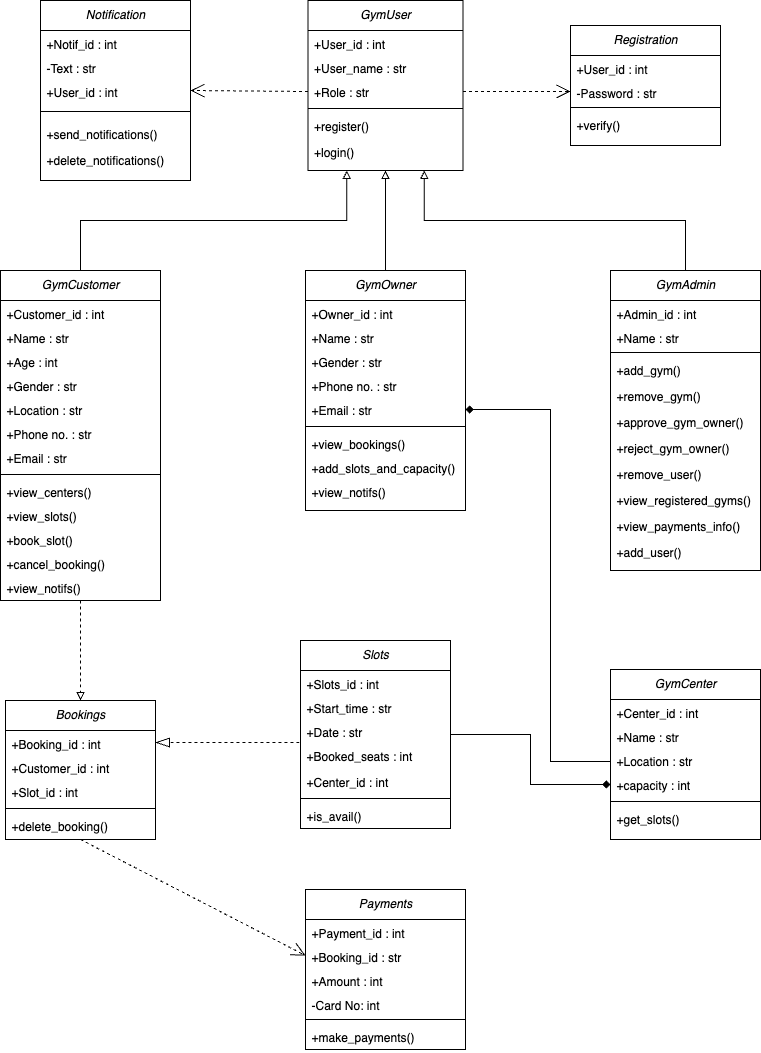
ihita2812/JEDI-Flipkart-Development-Group-B keeps this draw.io diagram as UML-Artifacts/Flipfit-Class-Diagrams/class-diagram.drawio.png. Above is the earlier version. Source tidied: cells renumbered, new cells last; positions are measured from the earlier drawing's top-left corner, leaving out a move shared by most shapes.
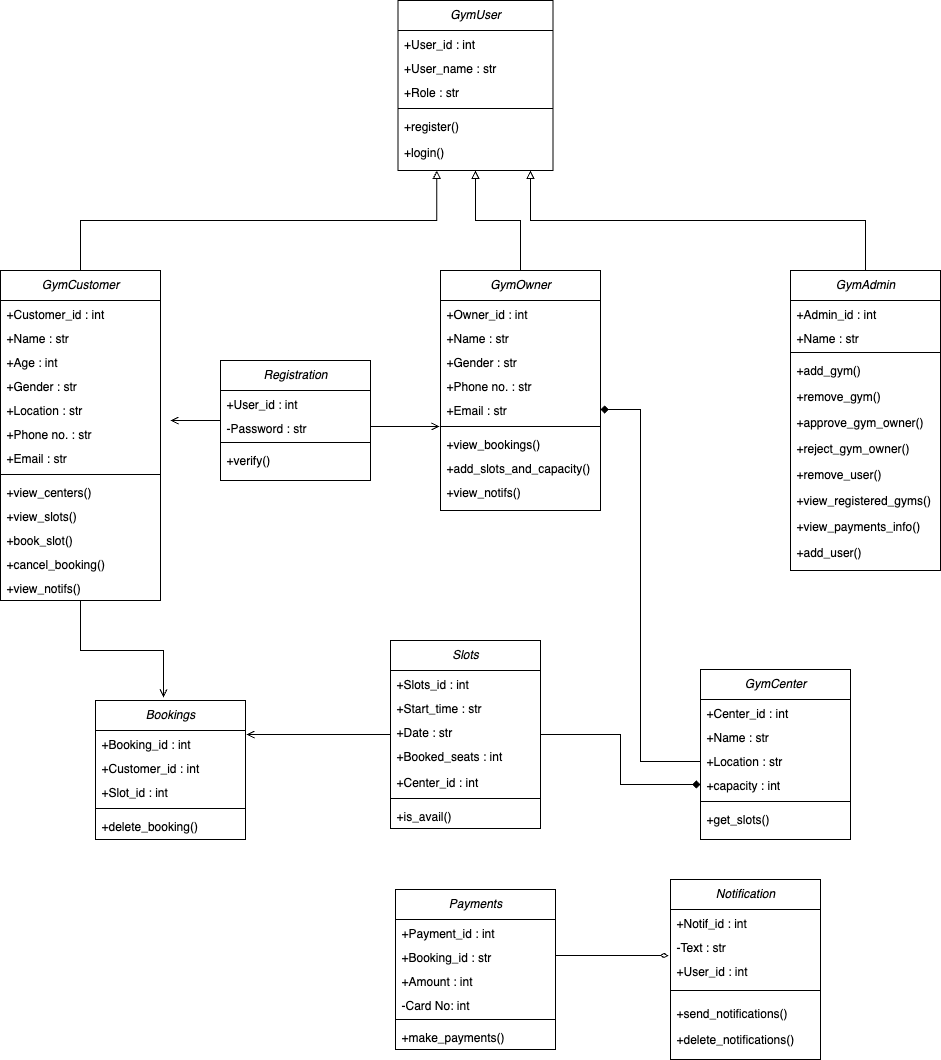
Above is the later version.

The edit, as a diff of the source:
```diff
@@ -5,11 +5,8 @@
     <mxCell id="2" style="edgeStyle=orthogonalEdgeStyle;rounded=0;jettySize=auto;html=1;exitX=0.5;exitY=0;exitDx=0;exitDy=0;entryX=0.25;entryY=1;entryDx=0;entryDy=0;endArrow=block;endFill=0;" parent="1" edge="1" source="4" target="72">
       <mxGeometry relative="1" as="geometry" />
     </mxCell>
-    <mxCell id="3" style="edgeStyle=orthogonalEdgeStyle;rounded=0;jettySize=auto;html=1;entryX=0.5;entryY=0;entryDx=0;entryDy=0;dashed=1;endArrow=block;endFill=0;" parent="1" edge="1" source="4" target="36">
-      <mxGeometry relative="1" as="geometry" />
-    </mxCell>
     <mxCell id="4" value="GymCustomer" style="swimlane;fontStyle=2;align=center;verticalAlign=top;horizontal=1;startSize=30;rounded=0;shadow=0;strokeWidth=1;" parent="1" vertex="1">
-      <mxGeometry y="270" width="160" height="330" as="geometry" />
+      <mxGeometry x="-90" y="270" width="160" height="330" as="geometry" />
     </mxCell>
     <mxCell id="5" value="+Customer_id : int" style="text;align=left;verticalAlign=top;spacingLeft=4;spacingRight=4;overflow=hidden;" parent="4" vertex="1">
       <mxGeometry y="30" width="160" height="24" as="geometry" />
@@ -54,7 +51,7 @@
       <mxGeometry relative="1" as="geometry" />
     </mxCell>
     <mxCell id="19" value="GymOwner" style="swimlane;fontStyle=2;align=center;verticalAlign=top;horizontal=1;startSize=30;rounded=0;shadow=0;strokeWidth=1;" parent="1" vertex="1">
-      <mxGeometry x="305" y="270" width="160" height="240" as="geometry" />
+      <mxGeometry x="350" y="270" width="160" height="240" as="geometry" />
     </mxCell>
     <mxCell id="20" value="+Owner_id : int" style="text;align=left;verticalAlign=top;spacingLeft=4;spacingRight=4;overflow=hidden;" parent="19" vertex="1">
       <mxGeometry y="30" width="160" height="24" as="geometry" />
@@ -149,11 +146,18 @@
     <mxCell id="50" value="+is_avail()" style="text;align=left;verticalAlign=top;spacingLeft=4;spacingRight=4;overflow=hidden;" parent="43" vertex="1">
       <mxGeometry y="162" width="150" height="26" as="geometry" />
     </mxCell>
-    <mxCell id="51" style="edgeStyle=orthogonalEdgeStyle;rounded=0;jettySize=auto;html=1;exitX=0.5;exitY=0;exitDx=0;exitDy=0;entryX=0.75;entryY=1;entryDx=0;entryDy=0;endArrow=block;endFill=0;" parent="1" edge="1" source="52" target="72">
-      <mxGeometry relative="1" as="geometry" />
+    <mxCell id="51" style="edgeStyle=orthogonalEdgeStyle;rounded=0;jettySize=auto;html=1;exitX=0.5;exitY=0;exitDx=0;exitDy=0;endArrow=block;endFill=0;" parent="1" edge="1" source="52">
+      <mxGeometry relative="1" as="geometry">
+        <mxPoint x="440" y="170" as="targetPoint" />
+        <Array as="points">
+          <mxPoint x="775" y="220" />
+          <mxPoint x="440" y="220" />
+          <mxPoint x="440" y="170" />
+        </Array>
+      </mxGeometry>
     </mxCell>
     <mxCell id="52" value="GymAdmin" style="swimlane;fontStyle=2;align=center;verticalAlign=top;horizontal=1;startSize=30;rounded=0;shadow=0;strokeWidth=1;" parent="1" vertex="1">
-      <mxGeometry x="610" y="270" width="150" height="300" as="geometry" />
+      <mxGeometry x="700" y="270" width="150" height="300" as="geometry" />
     </mxCell>
     <mxCell id="53" value="+Admin_id : int" style="text;align=left;verticalAlign=top;spacingLeft=4;spacingRight=4;overflow=hidden;" parent="52" vertex="1">
       <mxGeometry y="30" width="150" height="24" as="geometry" />
@@ -209,9 +213,6 @@
     <mxCell id="70" value="+make_payments()" style="text;align=left;verticalAlign=top;spacingLeft=4;spacingRight=4;overflow=hidden;" parent="64" vertex="1">
       <mxGeometry y="134" width="160" height="26" as="geometry" />
     </mxCell>
-    <mxCell id="71" style="endArrow=open;endSize=12;dashed=1;html=1;rounded=0;entryX=0;entryY=0.5;entryDx=0;entryDy=0;exitX=0.5;exitY=1;exitDx=0;exitDy=0;" parent="1" edge="1" source="36" target="66">
-      <mxGeometry relative="1" as="geometry" />
-    </mxCell>
     <mxCell id="72" value="GymUser" style="swimlane;fontStyle=2;align=center;verticalAlign=top;horizontal=1;startSize=30;rounded=0;shadow=0;strokeWidth=1;" parent="1" vertex="1">
       <mxGeometry x="307.5" width="155" height="170" as="geometry" />
     </mxCell>
@@ -233,8 +234,13 @@
     <mxCell id="78" value="+login()" style="text;align=left;verticalAlign=top;spacingLeft=4;spacingRight=4;overflow=hidden;" parent="72" vertex="1">
       <mxGeometry y="138" width="155" height="24" as="geometry" />
     </mxCell>
+    <mxCell id="95" style="edgeStyle=orthogonalEdgeStyle;rounded=0;jettySize=auto;html=1;endArrow=open;endFill=0;" parent="1" edge="1" source="79">
+      <mxGeometry relative="1" as="geometry">
+        <mxPoint x="80" y="420" as="targetPoint" />
+      </mxGeometry>
+    </mxCell>
     <mxCell id="79" value="Registration" style="swimlane;fontStyle=2;align=center;verticalAlign=top;horizontal=1;startSize=30;rounded=0;shadow=0;strokeWidth=1;" parent="1" vertex="1">
-      <mxGeometry x="570" y="25" width="150" height="120" as="geometry" />
+      <mxGeometry x="130" y="360" width="150" height="120" as="geometry" />
     </mxCell>
     <mxCell id="80" value="+User_id : int" style="text;align=left;verticalAlign=top;spacingLeft=4;spacingRight=4;overflow=hidden;" parent="79" vertex="1">
       <mxGeometry y="30" width="150" height="24" as="geometry" />
@@ -257,7 +263,7 @@
       </mxGeometry>
     </mxCell>
     <mxCell id="85" value="Notification" style="swimlane;fontStyle=2;align=center;verticalAlign=top;horizontal=1;startSize=30;rounded=0;shadow=0;strokeWidth=1;" parent="1" vertex="1">
-      <mxGeometry x="40" width="150" height="180" as="geometry" />
+      <mxGeometry x="580" y="879" width="150" height="180" as="geometry" />
     </mxCell>
     <mxCell id="86" value="+Notif_id : int" style="text;align=left;verticalAlign=top;spacingLeft=4;spacingRight=4;overflow=hidden;" parent="85" vertex="1">
       <mxGeometry y="30" width="150" height="24" as="geometry" />
@@ -277,14 +283,17 @@
     <mxCell id="91" value="+delete_notifications()" style="text;align=left;verticalAlign=top;spacingLeft=4;spacingRight=4;overflow=hidden;" parent="85" vertex="1">
       <mxGeometry y="146" width="150" height="26" as="geometry" />
     </mxCell>
-    <mxCell id="92" style="endArrow=blockThin;endSize=12;dashed=1;html=1;rounded=0;entryX=1;entryY=0.5;entryDx=0;entryDy=0;exitX=-0.007;exitY=0;exitDx=0;exitDy=0;exitPerimeter=0;endFill=0;" parent="1" edge="1" source="47" target="37">
-      <mxGeometry relative="1" as="geometry" />
-    </mxCell>
-    <mxCell id="93" style="endArrow=open;endSize=12;dashed=1;html=1;rounded=0;entryX=1;entryY=0.5;entryDx=0;entryDy=0;exitX=0;exitY=0.5;exitDx=0;exitDy=0;" parent="1" edge="1" source="75" target="88">
-      <mxGeometry relative="1" as="geometry" />
-    </mxCell>
-    <mxCell id="94" style="endArrow=open;endSize=12;dashed=1;html=1;rounded=0;entryX=0;entryY=0.5;entryDx=0;entryDy=0;exitX=1;exitY=0.5;exitDx=0;exitDy=0;" parent="1" edge="1" source="75" target="81">
-      <mxGeometry relative="1" as="geometry" />
-    </mxCell>
+    <mxCell id="96" style="edgeStyle=orthogonalEdgeStyle;rounded=0;jettySize=auto;html=1;entryX=-0.013;entryY=0.917;entryDx=0;entryDy=0;entryPerimeter=0;endArrow=diamondThin;endFill=0;" parent="1" edge="1" source="66" target="87">
+      <mxGeometry relative="1" as="geometry" />
+    </mxCell>
+    <mxCell id="97" style="edgeStyle=orthogonalEdgeStyle;rounded=0;jettySize=auto;html=1;entryX=-0.006;entryY=-0.167;entryDx=0;entryDy=0;entryPerimeter=0;endArrow=open;endFill=0;" parent="1" edge="1" source="81" target="26">
+      <mxGeometry relative="1" as="geometry" />
+    </mxCell>
+    <mxCell id="98" style="edgeStyle=orthogonalEdgeStyle;rounded=0;jettySize=auto;html=1;entryX=1.007;entryY=0.167;entryDx=0;entryDy=0;entryPerimeter=0;endArrow=open;endFill=0;" parent="1" edge="1" source="43" target="37">
+      <mxGeometry relative="1" as="geometry" />
+    </mxCell>
+    <mxCell id="3" style="edgeStyle=orthogonalEdgeStyle;rounded=0;jettySize=auto;html=1;entryX=0.453;entryY=-0.022;entryDx=0;entryDy=0;entryPerimeter=0;endArrow=open;endFill=0;" parent="1" edge="1" source="4" target="36">
+      <mxGeometry relative="1" as="geometry" />
+    </mxCell>
   </root>
 </mxGraphModel>
```
